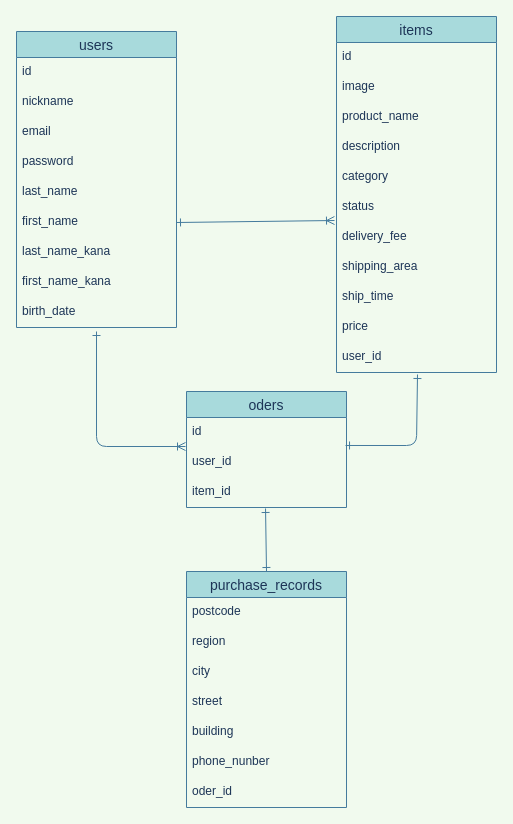
This is ER.dio from yama864/furima-36340, a draw.io file, before an edit. Source tidied: cells renumbered, new cells numbered last; positions are measured from the earlier drawing's top-left corner, leaving out a move shared by most shapes. Both pictures are drawn from the tidied source at 100%, with x=0, y=0 at pixel (16, 16).
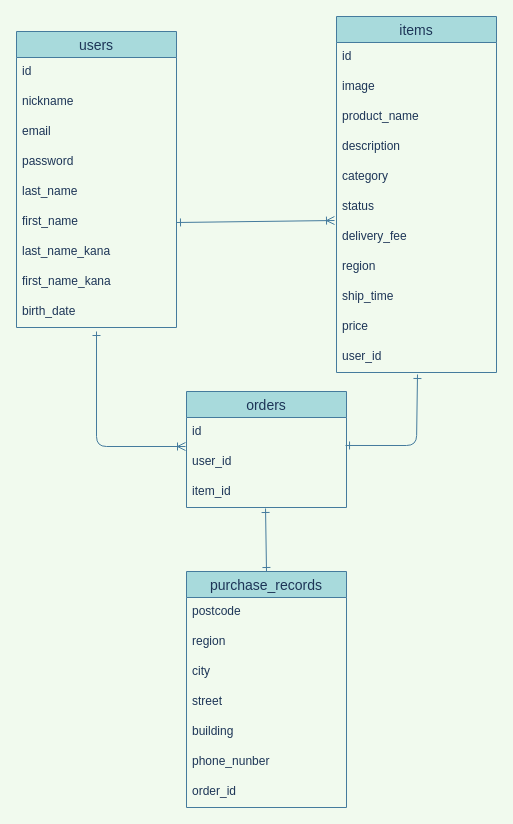
After the change.

The change refers to these unchanged cells:
```xml
<mxCell id="12" value="items" style="swimlane;fontStyle=0;horizontal=1;startSize=26;align=center;fontSize=14;fillColor=#A8DADC;strokeColor=#457B9D;fontColor=#1D3557;" parent="1" vertex="1">
  <mxGeometry x="320" width="160" height="356" as="geometry" />
</mxCell>
<mxCell id="24" value="purchase_records" style="swimlane;fontStyle=0;horizontal=1;startSize=26;align=center;fontSize=14;fillColor=#A8DADC;strokeColor=#457B9D;fontColor=#1D3557;" parent="1" vertex="1">
  <mxGeometry x="170" y="555" width="160" height="236" as="geometry" />
</mxCell>
```

What changed in the source:
```diff
@@
-    <mxCell id="20" value="shipping_area" style="text;strokeColor=none;fillColor=none;spacingLeft=4;spacingRight=4;overflow=hidden;fontSize=12;fontColor=#1D3557;" parent="12" vertex="1">
+    <mxCell id="20" value="region" style="text;strokeColor=none;fillColor=none;spacingLeft=4;spacingRight=4;overflow=hidden;fontSize=12;fontColor=#1D3557;" parent="12" vertex="1">
       <mxGeometry y="236" width="160" height="30" as="geometry" />
     </mxCell>
@@
-    <mxCell id="31" value="oder_id" style="text;strokeColor=none;fillColor=none;spacingLeft=4;spacingRight=4;overflow=hidden;fontSize=12;fontColor=#1D3557;" parent="24" vertex="1">
+    <mxCell id="31" value="order_id" style="text;strokeColor=none;fillColor=none;spacingLeft=4;spacingRight=4;overflow=hidden;fontSize=12;fontColor=#1D3557;" parent="24" vertex="1">
       <mxGeometry y="206" width="160" height="30" as="geometry" />
     </mxCell>
@@
-    <mxCell id="35" value="oders" style="swimlane;fontStyle=0;horizontal=1;startSize=26;align=center;fontSize=14;fillColor=#A8DADC;strokeColor=#457B9D;fontColor=#1D3557;" parent="1" vertex="1">
+    <mxCell id="35" value="orders" style="swimlane;fontStyle=0;horizontal=1;startSize=26;align=center;fontSize=14;fillColor=#A8DADC;strokeColor=#457B9D;fontColor=#1D3557;" parent="1" vertex="1">
       <mxGeometry x="170" y="375" width="160" height="116" as="geometry" />
     </mxCell>
```
